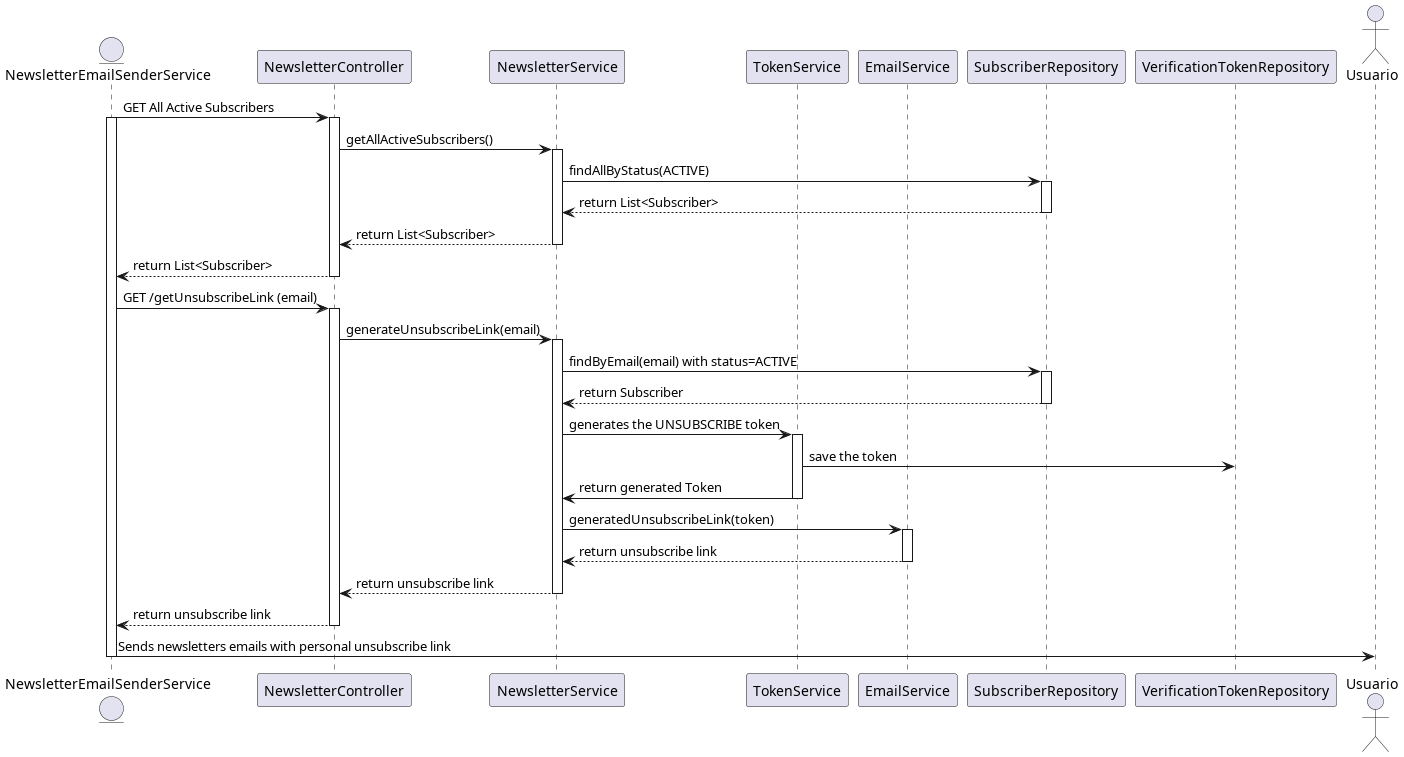
Before: out/plantUML/unsubscribelink_generation_sequence_diagram/unsubscribeLink_generation_sequence_diagram.png, a diagram exported from PlantUML (raullopezpenalva/Newsletter-Service).
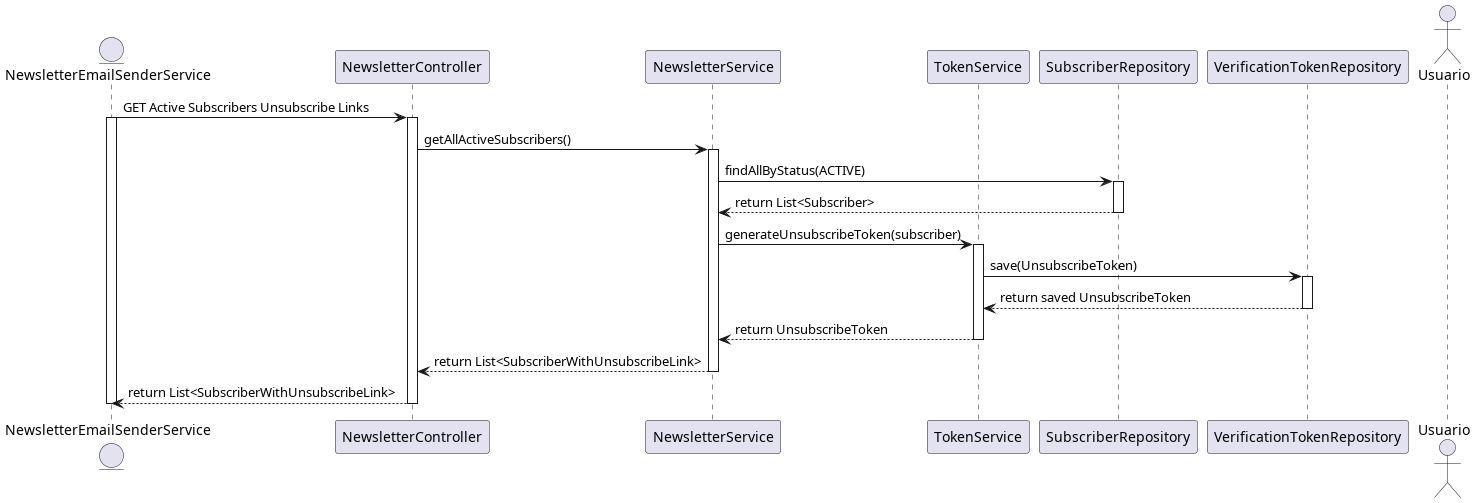
Above is the later version.

Change to the diagram source:
```diff
@@ -4,13 +4,12 @@
 participant "NewsletterController" as Controller
 participant "NewsletterService" as Service
 participant "TokenService" as TokenService
-participant "EmailService" as EmailService
 participant "SubscriberRepository" as Repo
 participant "VerificationTokenRepository" as TokenRepo
 
 actor Usuario
 
-EmailSenderService -> Controller : GET All Active Subscribers
+EmailSenderService -> Controller : GET Active Subscribers Unsubscribe Links
 activate EmailSenderService
 activate Controller
 Controller -> Service : getAllActiveSubscribers()
@@ -19,33 +18,18 @@
 activate Repo
 Repo --> Service : return List<Subscriber>
 deactivate Repo
-Service --> Controller : return List<Subscriber>
+Service -> TokenService : generateUnsubscribeToken(subscriber)
+activate TokenService
+TokenService -> TokenRepo : save(UnsubscribeToken)
+activate TokenRepo
+TokenRepo --> TokenService : return saved UnsubscribeToken
+deactivate TokenRepo
+TokenService --> Service : return UnsubscribeToken
+deactivate TokenService
+Service --> Controller : return List<SubscriberWithUnsubscribeLink>
 deactivate Service
-Controller --> EmailSenderService : return List<Subscriber>
+Controller --> EmailSenderService : return List<SubscriberWithUnsubscribeLink>
 deactivate Controller
-
-EmailSenderService -> Controller : GET /getUnsubscribeLink (email)
-activate Controller
-Controller -> Service : generateUnsubscribeLink(email)
-activate Service
-Service -> Repo : findByEmail(email) with status=ACTIVE
-activate Repo
-Repo --> Service : return Subscriber
-deactivate Repo
-Service -> TokenService : generates the UNSUBSCRIBE token
-activate TokenService
-TokenService -> TokenRepo : save the token
-TokenService -> Service : return generated Token
-deactivate TokenService
-Service -> EmailService : generatedUnsubscribeLink(token)
-activate EmailService
-EmailService --> Service : return unsubscribe link
-deactivate EmailService
-Service --> Controller : return unsubscribe link
-deactivate Service
-Controller --> EmailSenderService : return unsubscribe link
-deactivate Controller
-EmailSenderService -> Usuario : Sends newsletters emails with personal unsubscribe link
 deactivate EmailSenderService
 
 @enduml
```
